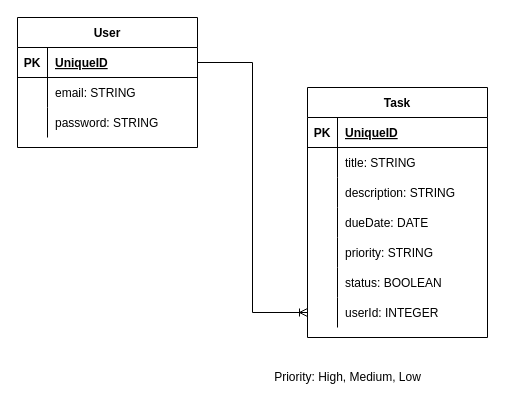
This is tasks.drawio from rezanasu/turboly-challenge, a draw.io file, before an edit. Source tidied: cells renumbered, new cells numbered last; positions are measured from the earlier drawing's top-left corner, leaving out a move shared by most shapes. Both pictures are drawn from the tidied source at 100%, with x=0, y=0 at pixel (17, 17).
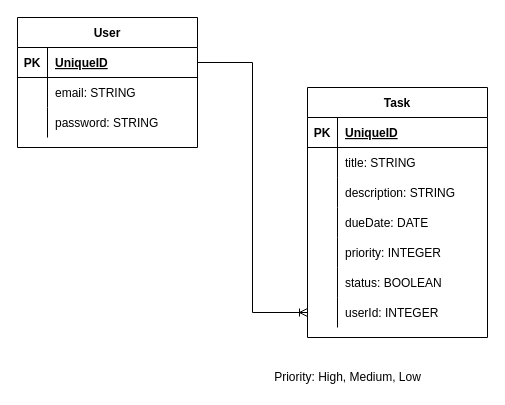
Above is the later version.

Commit message (it also covers changes not shown here):
fetch all due today tasks

The change refers to these unchanged cells:
```xml
<mxCell id="25" style="shape=partialRectangle;fillColor=none;top=0;left=0;bottom=0;right=0;" parent="12" vertex="1">
  <mxGeometry y="150" width="180" height="30" as="geometry" />
</mxCell>
```

Diff of the diagram source:
```diff
@@
-    <mxCell id="27" value="priority: STRING" style="shape=partialRectangle;fillColor=none;top=0;left=0;bottom=0;right=0;align=left;spacingLeft=6;overflow=hidden;" parent="25" vertex="1">
+    <mxCell id="27" value="priority: INTEGER" style="shape=partialRectangle;fillColor=none;top=0;left=0;bottom=0;right=0;align=left;spacingLeft=6;overflow=hidden;" parent="25" vertex="1">
       <mxGeometry x="30" width="150" height="30" as="geometry" />
     </mxCell>
```
